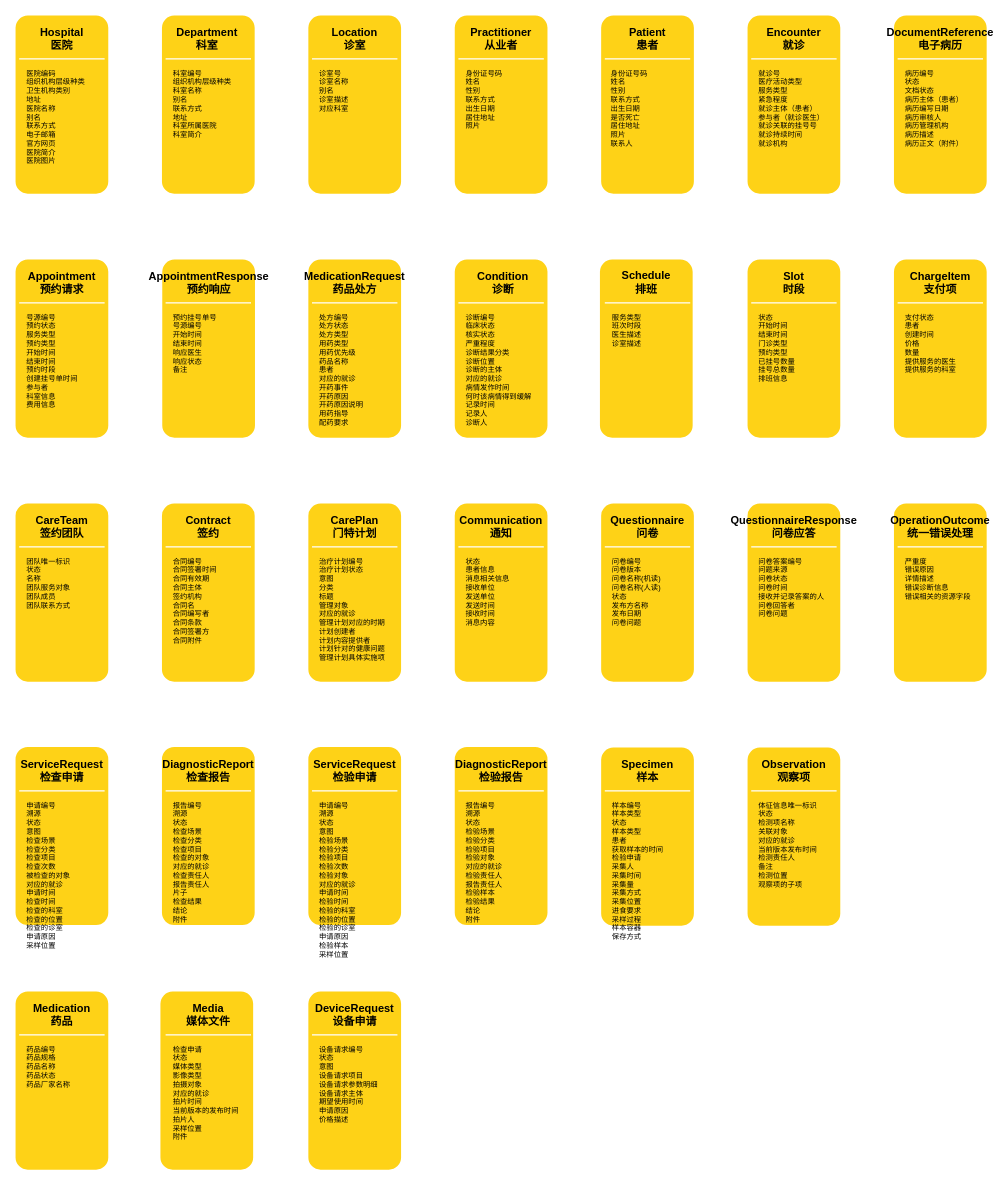
The draw.io diagram 新都医共体核心数据集.drawio in gingili/diagram, before the edit. Source tidied: cells renumbered, new cells numbered last; positions are measured from the earlier drawing's top-left corner, leaving out a move shared by most shapes. Both pictures are drawn from the tidied source at 61%, with x=0, y=0 at pixel (13, 13).
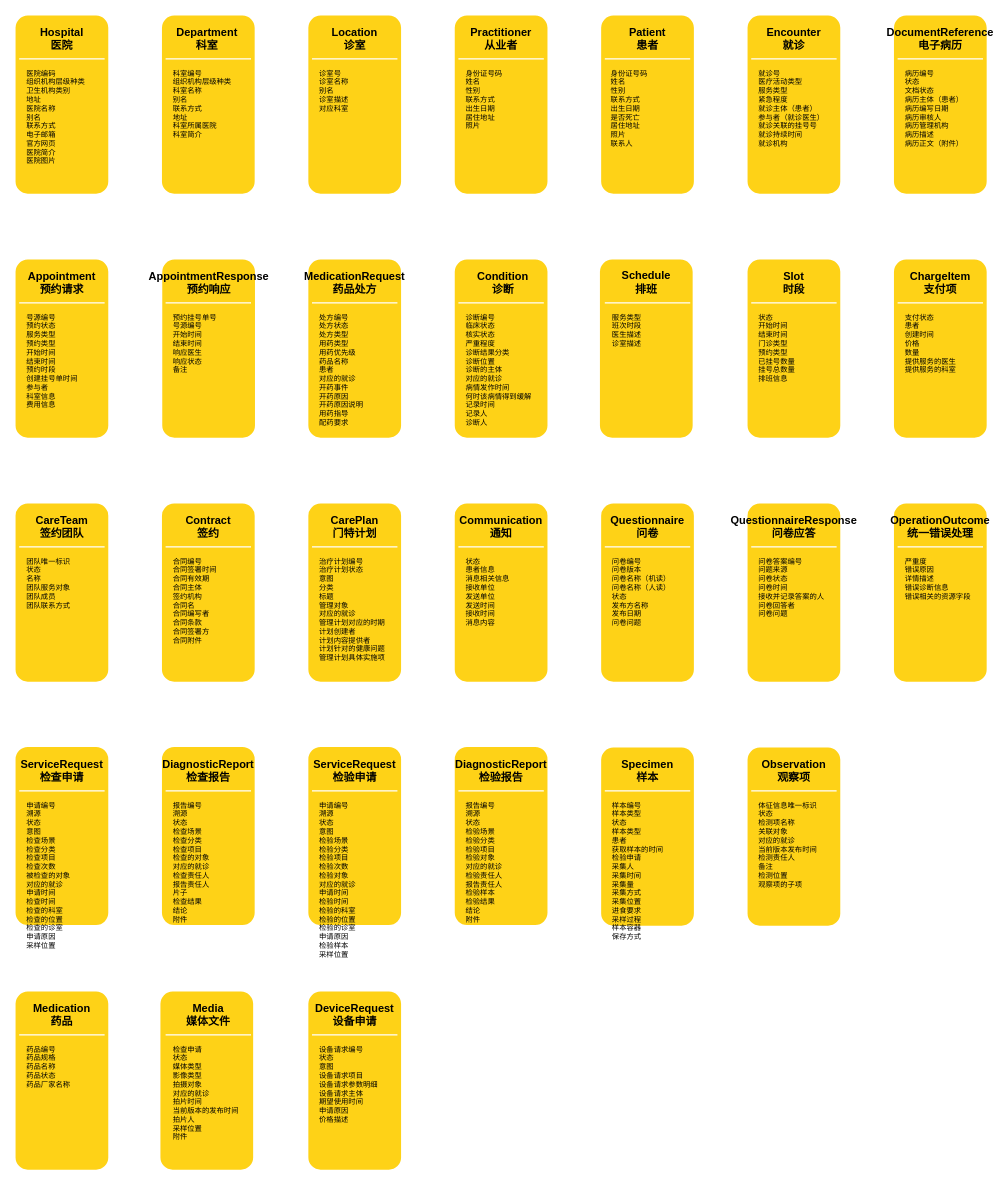
Above is the later version.

The edit, as a diff of the source:
```diff
@@
-    <mxCell id="99" value="&lt;div style=&quot;font-size: 12px&quot;&gt;问卷编号&lt;/div&gt;&lt;div style=&quot;font-size: 12px&quot;&gt;问卷版本&lt;/div&gt;&lt;div style=&quot;font-size: 12px&quot;&gt;问卷名称(机读)&lt;/div&gt;&lt;div style=&quot;font-size: 12px&quot;&gt;问卷名称(人读)&lt;/div&gt;&lt;div style=&quot;font-size: 12px&quot;&gt;状态&lt;/div&gt;&lt;div style=&quot;font-size: 12px&quot;&gt;发布方名称&lt;/div&gt;&lt;div style=&quot;font-size: 12px&quot;&gt;发布日期&lt;/div&gt;&lt;div style=&quot;font-size: 12px&quot;&gt;问卷问题&lt;/div&gt;" style="text;html=1;strokeColor=none;fillColor=none;align=left;verticalAlign=top;whiteSpace=wrap;rounded=0;shadow=0;fontSize=12;fontColor=#000000;" parent="1" vertex="1">
+    <mxCell id="99" value="&lt;div style=&quot;font-size: 12px&quot;&gt;问卷编号&lt;/div&gt;&lt;div style=&quot;font-size: 12px&quot;&gt;问卷版本&lt;/div&gt;&lt;div style=&quot;font-size: 12px&quot;&gt;问卷名称（机读）&lt;/div&gt;&lt;div style=&quot;font-size: 12px&quot;&gt;问卷名称（人读）&lt;/div&gt;&lt;div style=&quot;font-size: 12px&quot;&gt;状态&lt;/div&gt;&lt;div style=&quot;font-size: 12px&quot;&gt;发布方名称&lt;/div&gt;&lt;div style=&quot;font-size: 12px&quot;&gt;发布日期&lt;/div&gt;&lt;div style=&quot;font-size: 12px&quot;&gt;问卷问题&lt;/div&gt;" style="text;html=1;strokeColor=none;fillColor=none;align=left;verticalAlign=top;whiteSpace=wrap;rounded=0;shadow=0;fontSize=12;fontColor=#000000;" parent="1" vertex="1">
       <mxGeometry x="980" y="885" width="120" height="200" as="geometry" />
     </mxCell>
```
